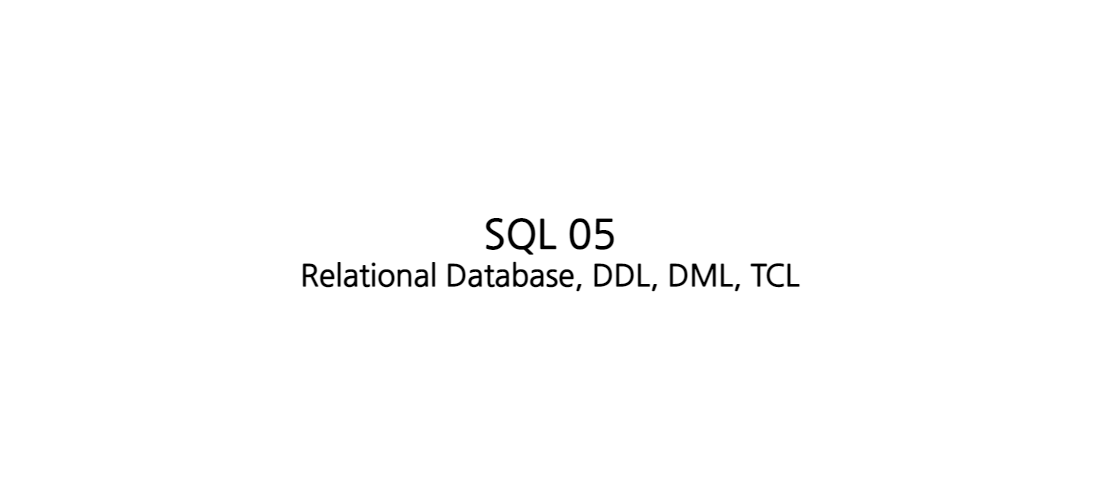
djccnt15/djccnt15.github.io keeps this draw.io diagram as assets/img/posts/sql_05.png. Above is the earlier version. Source tidied: cells renumbered, new cells last; positions are measured from the earlier drawing's top-left corner, leaving out a move shared by most shapes.
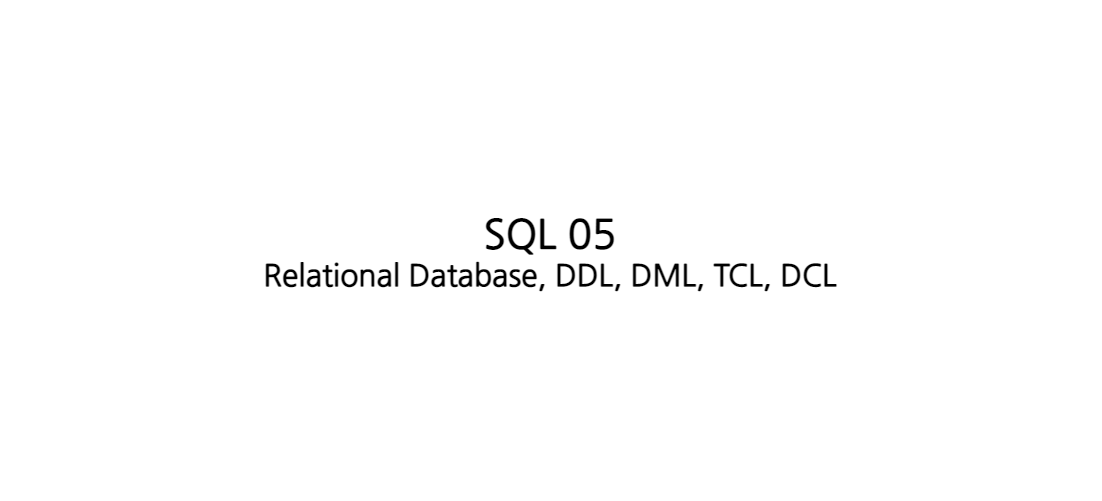
The same diagram one commit later.

The edit, as a diff of the source:
```diff
@@ -2,7 +2,7 @@
   <root>
     <mxCell id="0" />
     <mxCell id="1" parent="0" />
-    <mxCell id="2" value="&lt;font style=&quot;&quot;&gt;&lt;span style=&quot;font-size: 40px;&quot;&gt;SQL 05&lt;/span&gt;&lt;br&gt;&lt;span style=&quot;font-size: 30px;&quot;&gt;Relational Database&lt;/span&gt;&lt;span style=&quot;font-size: 30px;&quot;&gt;, DDL, DML, TCL&lt;/span&gt;&lt;br&gt;&lt;/font&gt;" style="rounded=1;whiteSpace=wrap;html=1;fillColor=none;fontFamily=Nanum Gothic;fontSource=https%3A%2F%2Ffonts.googleapis.com%2Fcss%3Ffamily%3DNanum%2BGothic;fontStyle=1;strokeColor=none;" parent="1" vertex="1">
+    <mxCell id="2" value="&lt;font style=&quot;&quot;&gt;&lt;span style=&quot;font-size: 40px;&quot;&gt;SQL 05&lt;/span&gt;&lt;br&gt;&lt;span style=&quot;font-size: 30px;&quot;&gt;Relational Database, DDL, DML, TCL, DCL&lt;/span&gt;&lt;br&gt;&lt;/font&gt;" style="rounded=1;whiteSpace=wrap;html=1;fillColor=none;fontFamily=Nanum Gothic;fontSource=https%3A%2F%2Ffonts.googleapis.com%2Fcss%3Ffamily%3DNanum%2BGothic;fontStyle=1;strokeColor=none;" parent="1" vertex="1">
       <mxGeometry width="1100" height="500" as="geometry" />
     </mxCell>
   </root>
```
